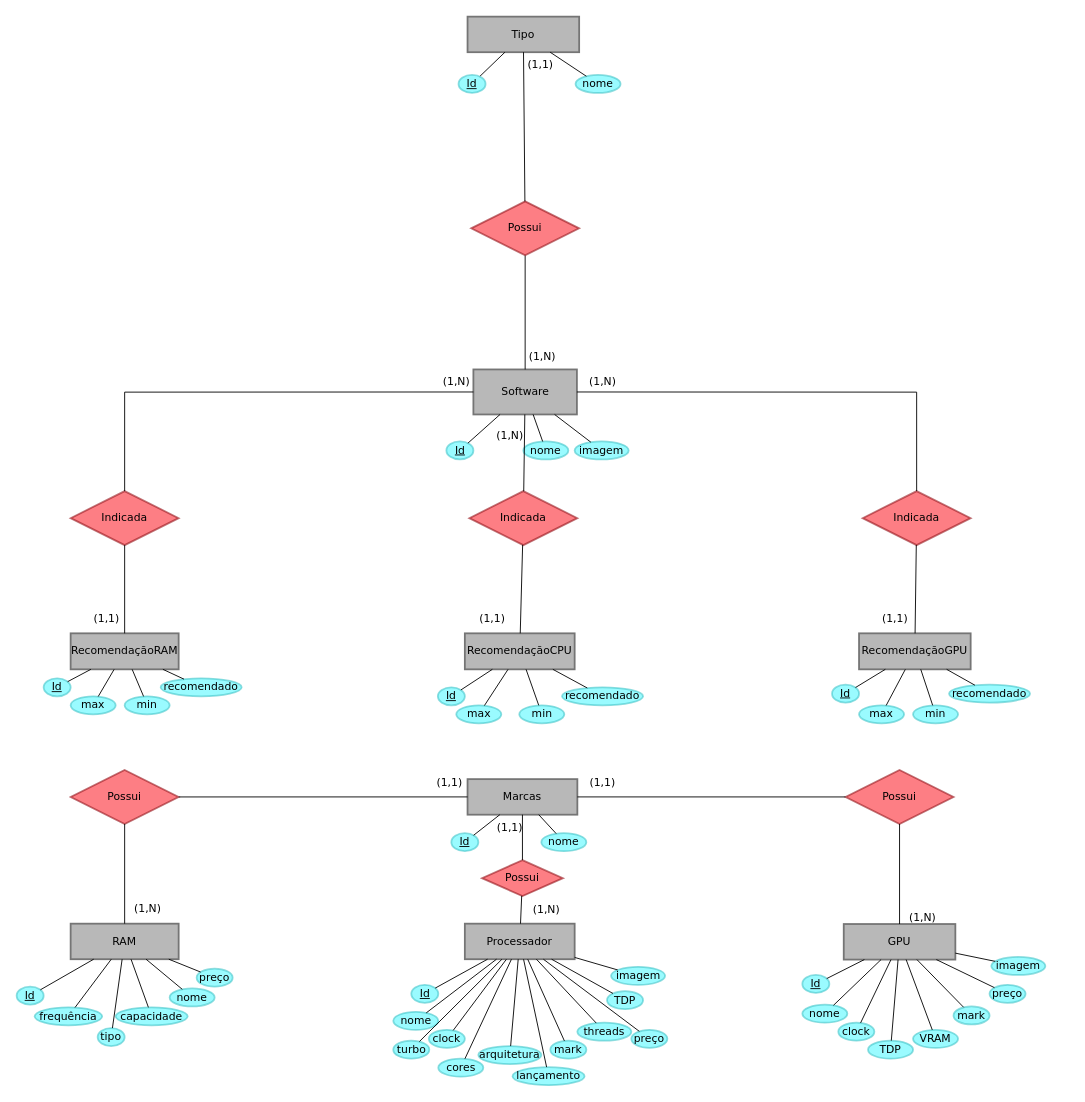
Before: page "DER" (1 of 2) of Abstração do Projeto "GHYM".drawio in Tavares194/Project-GHYM-PJI231-2022, a draw.io diagram. Source tidied: cells renumbered, new cells numbered last; positions are measured from the earlier drawing's top-left corner, leaving out a move shared by most shapes. Both pictures are drawn from the tidied source at 90%, with x=0, y=0 at pixel (16, 16).
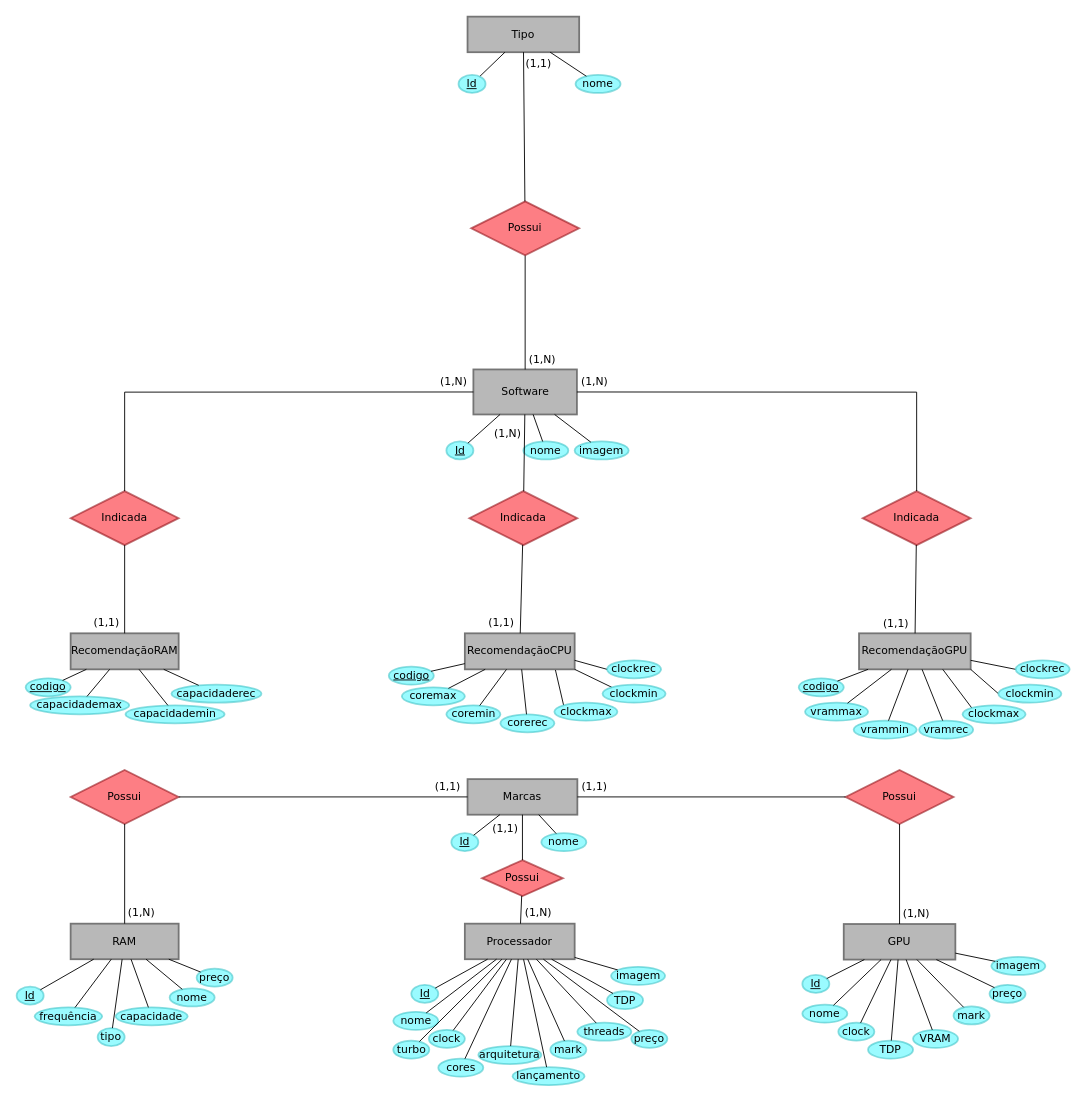
The same diagram, later.

The change refers to these unchanged cells:
```xml
<mxCell id="24" value="RecomendaçãoCPU" style="whiteSpace=wrap;html=1;align=center;shadow=0;fontFamily=Verdana;fillColor=#B8B8B8;strokeColor=#757575;strokeWidth=2;" parent="1" vertex="1">
  <mxGeometry x="498" y="685.2" width="122" height="40" as="geometry" />
</mxCell>
<mxCell id="25" value="RecomendaçãoGPU" style="whiteSpace=wrap;html=1;align=center;shadow=0;fontFamily=Verdana;fillColor=#B8B8B8;strokeColor=#757575;strokeWidth=2;" parent="1" vertex="1">
  <mxGeometry x="936" y="685.2" width="124" height="40" as="geometry" />
</mxCell>
```

Diff of the diagram source:
```diff
@@
     <mxCell id="62" value="(1,N)" style="text;strokeColor=none;fillColor=none;spacingLeft=4;spacingRight=4;overflow=hidden;fontSize=12;shadow=0;fontFamily=Verdana;" parent="1" vertex="1">
-      <mxGeometry x="630.5" y="392" width="40" height="30" as="geometry" />
+      <mxGeometry x="621.5" y="392" width="49.5" height="30" as="geometry" />
     </mxCell>
     <mxCell id="63" value="(1,1)" style="text;strokeColor=none;fillColor=none;spacingLeft=4;spacingRight=4;overflow=hidden;fontSize=12;shadow=0;fontFamily=Verdana;" parent="1" vertex="1">
-      <mxGeometry x="508.5" y="655.2" width="40" height="30" as="geometry" />
+      <mxGeometry x="518.5" y="659.2" width="40" height="30" as="geometry" />
     </mxCell>
     <mxCell id="64" value="(1,1)" style="text;strokeColor=none;fillColor=none;spacingLeft=4;spacingRight=4;overflow=hidden;fontSize=12;shadow=0;fontFamily=Verdana;" parent="1" vertex="1">
-      <mxGeometry x="80" y="655.2" width="40" height="30" as="geometry" />
+      <mxGeometry x="80" y="659.2" width="40" height="30" as="geometry" />
     </mxCell>
     <mxCell id="65" value="(1,N)" style="text;strokeColor=none;fillColor=none;spacingLeft=4;spacingRight=4;overflow=hidden;fontSize=12;shadow=0;fontFamily=Verdana;" parent="1" vertex="1">
-      <mxGeometry x="527.5" y="452" width="40" height="30" as="geometry" />
+      <mxGeometry x="525" y="449" width="52.5" height="30" as="geometry" />
     </mxCell>
     <mxCell id="66" value="(1,N)" style="text;strokeColor=none;fillColor=none;spacingLeft=4;spacingRight=4;overflow=hidden;fontSize=12;shadow=0;fontFamily=Verdana;" parent="1" vertex="1">
-      <mxGeometry x="468" y="392" width="40" height="30" as="geometry" />
+      <mxGeometry x="465" y="392" width="42" height="30" as="geometry" />
     </mxCell>
     <mxCell id="67" value="(1,1)" style="text;strokeColor=none;fillColor=none;spacingLeft=4;spacingRight=4;overflow=hidden;fontSize=12;shadow=0;fontFamily=Verdana;" parent="1" vertex="1">
-      <mxGeometry x="956" y="655.2" width="40" height="30" as="geometry" />
+      <mxGeometry x="957" y="660.2" width="40" height="30" as="geometry" />
     </mxCell>
-    <mxCell id="68" value="Id" style="ellipse;whiteSpace=wrap;html=1;align=center;fontStyle=4;shadow=0;fontFamily=Verdana;fillColor=#57F9FF;strokeColor=#45C5C9;strokeWidth=2;opacity=60;" parent="1" vertex="1">
-      <mxGeometry x="30" y="735.2" width="30" height="20" as="geometry" />
+    <mxCell id="68" value="codigo" style="ellipse;whiteSpace=wrap;html=1;align=center;fontStyle=4;shadow=0;fontFamily=Verdana;fillColor=#57F9FF;strokeColor=#45C5C9;strokeWidth=2;opacity=60;" parent="1" vertex="1">
+      <mxGeometry x="10" y="735.2" width="50" height="20" as="geometry" />
     </mxCell>
-    <mxCell id="69" value="min" style="ellipse;whiteSpace=wrap;html=1;align=center;shadow=0;fontFamily=Verdana;fillColor=#57F9FF;strokeColor=#45C5C9;strokeWidth=2;opacity=60;" parent="1" vertex="1">
-      <mxGeometry x="120" y="755.2" width="50" height="20" as="geometry" />
+    <mxCell id="69" value="capacidademin" style="ellipse;whiteSpace=wrap;html=1;align=center;shadow=0;fontFamily=Verdana;fillColor=#57F9FF;strokeColor=#45C5C9;strokeWidth=2;opacity=60;" parent="1" vertex="1">
+      <mxGeometry x="121" y="765.2" width="110" height="20" as="geometry" />
     </mxCell>
-    <mxCell id="70" value="max" style="ellipse;whiteSpace=wrap;html=1;align=center;shadow=0;fontFamily=Verdana;fillColor=#57F9FF;strokeColor=#45C5C9;strokeWidth=2;opacity=60;" parent="1" vertex="1">
-      <mxGeometry x="60" y="755.2" width="50" height="20" as="geometry" />
+    <mxCell id="70" value="capacidademax" style="ellipse;whiteSpace=wrap;html=1;align=center;shadow=0;fontFamily=Verdana;fillColor=#57F9FF;strokeColor=#45C5C9;strokeWidth=2;opacity=60;" parent="1" vertex="1">
+      <mxGeometry x="15" y="755.2" width="110" height="20" as="geometry" />
     </mxCell>
-    <mxCell id="71" value="recomendado" style="ellipse;whiteSpace=wrap;html=1;align=center;shadow=0;fontFamily=Verdana;fillColor=#57F9FF;strokeColor=#45C5C9;strokeWidth=2;opacity=60;" parent="1" vertex="1">
-      <mxGeometry x="160" y="735.2" width="90" height="20" as="geometry" />
+    <mxCell id="71" value="capacidaderec" style="ellipse;whiteSpace=wrap;html=1;align=center;shadow=0;fontFamily=Verdana;fillColor=#57F9FF;strokeColor=#45C5C9;strokeWidth=2;opacity=60;" parent="1" vertex="1">
+      <mxGeometry x="172" y="742.2" width="100" height="20" as="geometry" />
     </mxCell>
-    <mxCell id="72" value="Id" style="ellipse;whiteSpace=wrap;html=1;align=center;fontStyle=4;shadow=0;fontFamily=Verdana;fillColor=#57F9FF;strokeColor=#45C5C9;strokeWidth=2;opacity=60;" parent="1" vertex="1">
-      <mxGeometry x="468" y="745.2" width="30" height="20" as="geometry" />
+    <mxCell id="72" value="codigo" style="ellipse;whiteSpace=wrap;html=1;align=center;fontStyle=4;shadow=0;fontFamily=Verdana;fillColor=#57F9FF;strokeColor=#45C5C9;strokeWidth=2;opacity=60;" parent="1" vertex="1">
+      <mxGeometry x="413.5" y="722.2" width="50" height="20" as="geometry" />
     </mxCell>
-    <mxCell id="73" value="min" style="ellipse;whiteSpace=wrap;html=1;align=center;shadow=0;fontFamily=Verdana;fillColor=#57F9FF;strokeColor=#45C5C9;strokeWidth=2;opacity=60;" parent="1" vertex="1">
-      <mxGeometry x="558.5" y="765.2" width="50" height="20" as="geometry" />
+    <mxCell id="73" value="coremin" style="ellipse;whiteSpace=wrap;html=1;align=center;shadow=0;fontFamily=Verdana;fillColor=#57F9FF;strokeColor=#45C5C9;strokeWidth=2;opacity=60;" parent="1" vertex="1">
+      <mxGeometry x="477.5" y="765.2" width="60" height="20" as="geometry" />
     </mxCell>
-    <mxCell id="74" value="max" style="ellipse;whiteSpace=wrap;html=1;align=center;shadow=0;fontFamily=Verdana;fillColor=#57F9FF;strokeColor=#45C5C9;strokeWidth=2;opacity=60;" parent="1" vertex="1">
-      <mxGeometry x="488.5" y="765.2" width="50" height="20" as="geometry" />
+    <mxCell id="74" value="coremax" style="ellipse;whiteSpace=wrap;html=1;align=center;shadow=0;fontFamily=Verdana;fillColor=#57F9FF;strokeColor=#45C5C9;strokeWidth=2;opacity=60;" parent="1" vertex="1">
+      <mxGeometry x="428" y="745.2" width="70" height="20" as="geometry" />
     </mxCell>
-    <mxCell id="75" value="recomendado" style="ellipse;whiteSpace=wrap;html=1;align=center;shadow=0;fontFamily=Verdana;fillColor=#57F9FF;strokeColor=#45C5C9;strokeWidth=2;opacity=60;" parent="1" vertex="1">
-      <mxGeometry x="606" y="745.2" width="90" height="20" as="geometry" />
+    <mxCell id="75" value="corerec" style="ellipse;whiteSpace=wrap;html=1;align=center;shadow=0;fontFamily=Verdana;fillColor=#57F9FF;strokeColor=#45C5C9;strokeWidth=2;opacity=60;" parent="1" vertex="1">
+      <mxGeometry x="537.5" y="775.2" width="60" height="20" as="geometry" />
     </mxCell>
-    <mxCell id="76" value="Id" style="ellipse;whiteSpace=wrap;html=1;align=center;fontStyle=4;shadow=0;fontFamily=Verdana;fillColor=#57F9FF;strokeColor=#45C5C9;strokeWidth=2;opacity=60;" parent="1" vertex="1">
-      <mxGeometry x="906" y="742.2" width="30" height="20" as="geometry" />
+    <mxCell id="76" value="codigo" style="ellipse;whiteSpace=wrap;html=1;align=center;fontStyle=4;shadow=0;fontFamily=Verdana;fillColor=#57F9FF;strokeColor=#45C5C9;strokeWidth=2;opacity=60;" parent="1" vertex="1">
+      <mxGeometry x="869" y="735.2" width="50" height="20" as="geometry" />
     </mxCell>
-    <mxCell id="77" value="min" style="ellipse;whiteSpace=wrap;html=1;align=center;shadow=0;fontFamily=Verdana;fillColor=#57F9FF;strokeColor=#45C5C9;strokeWidth=2;opacity=60;" parent="1" vertex="1">
-      <mxGeometry x="996" y="765.2" width="50" height="20" as="geometry" />
+    <mxCell id="77" value="vrammin" style="ellipse;whiteSpace=wrap;html=1;align=center;shadow=0;fontFamily=Verdana;fillColor=#57F9FF;strokeColor=#45C5C9;strokeWidth=2;opacity=60;" parent="1" vertex="1">
+      <mxGeometry x="930" y="782.2" width="70" height="20" as="geometry" />
     </mxCell>
-    <mxCell id="78" value="max" style="ellipse;whiteSpace=wrap;html=1;align=center;shadow=0;fontFamily=Verdana;fillColor=#57F9FF;strokeColor=#45C5C9;strokeWidth=2;opacity=60;" parent="1" vertex="1">
-      <mxGeometry x="936" y="765.2" width="50" height="20" as="geometry" />
+    <mxCell id="78" value="vrammax" style="ellipse;whiteSpace=wrap;html=1;align=center;shadow=0;fontFamily=Verdana;fillColor=#57F9FF;strokeColor=#45C5C9;strokeWidth=2;opacity=60;" parent="1" vertex="1">
+      <mxGeometry x="876" y="762.2" width="70" height="20" as="geometry" />
     </mxCell>
-    <mxCell id="79" value="recomendado" style="ellipse;whiteSpace=wrap;html=1;align=center;shadow=0;fontFamily=Verdana;fillColor=#57F9FF;strokeColor=#45C5C9;strokeWidth=2;opacity=60;" parent="1" vertex="1">
-      <mxGeometry x="1036" y="742.2" width="90" height="20" as="geometry" />
+    <mxCell id="79" value="vramrec" style="ellipse;whiteSpace=wrap;html=1;align=center;shadow=0;fontFamily=Verdana;fillColor=#57F9FF;strokeColor=#45C5C9;strokeWidth=2;opacity=60;" parent="1" vertex="1">
+      <mxGeometry x="1002.8" y="782.2" width="60" height="20" as="geometry" />
     </mxCell>
@@
     <mxCell id="114" value="(1,1)" style="text;strokeColor=none;fillColor=none;spacingLeft=4;spacingRight=4;overflow=hidden;fontSize=12;shadow=0;fontFamily=Verdana;" parent="1" vertex="1">
-      <mxGeometry x="461" y="837" width="40" height="30" as="geometry" />
+      <mxGeometry x="459" y="842" width="40" height="30" as="geometry" />
     </mxCell>
     <mxCell id="115" value="(1,1)" style="text;strokeColor=none;fillColor=none;spacingLeft=4;spacingRight=4;overflow=hidden;fontSize=12;shadow=0;fontFamily=Verdana;" parent="1" vertex="1">
-      <mxGeometry x="528" y="886.8" width="40" height="30" as="geometry" />
+      <mxGeometry x="523" y="888.8" width="40" height="30" as="geometry" />
     </mxCell>
     <mxCell id="116" value="(1,1)" style="text;strokeColor=none;fillColor=none;spacingLeft=4;spacingRight=4;overflow=hidden;fontSize=12;shadow=0;fontFamily=Verdana;" parent="1" vertex="1">
-      <mxGeometry x="631" y="837" width="40" height="30" as="geometry" />
+      <mxGeometry x="622" y="842" width="49" height="30" as="geometry" />
     </mxCell>
     <mxCell id="117" value="(1,N)" style="text;strokeColor=none;fillColor=none;spacingLeft=4;spacingRight=4;overflow=hidden;fontSize=12;shadow=0;fontFamily=Verdana;" parent="1" vertex="1">
-      <mxGeometry x="986" y="987.2" width="40" height="30" as="geometry" />
+      <mxGeometry x="979" y="983.2" width="50" height="30" as="geometry" />
     </mxCell>
     <mxCell id="118" value="(1,N)" style="text;strokeColor=none;fillColor=none;spacingLeft=4;spacingRight=4;overflow=hidden;fontSize=12;shadow=0;fontFamily=Verdana;" parent="1" vertex="1">
-      <mxGeometry x="568" y="978.2" width="40" height="30" as="geometry" />
+      <mxGeometry x="559" y="982.2" width="42" height="30" as="geometry" />
     </mxCell>
     <mxCell id="119" value="(1,N)" style="text;strokeColor=none;fillColor=none;spacingLeft=4;spacingRight=4;overflow=hidden;fontSize=12;shadow=0;fontFamily=Verdana;" parent="1" vertex="1">
-      <mxGeometry x="125" y="977.2" width="40" height="30" as="geometry" />
+      <mxGeometry x="118" y="982.2" width="45" height="30" as="geometry" />
     </mxCell>
@@
     <mxCell id="128" value="(1,1)" style="text;strokeColor=none;fillColor=none;spacingLeft=4;spacingRight=4;overflow=hidden;fontSize=12;shadow=0;fontFamily=Verdana;" parent="1" vertex="1">
-      <mxGeometry x="562" y="39.2" width="40" height="30" as="geometry" />
+      <mxGeometry x="560" y="38.2" width="40" height="30" as="geometry" />
     </mxCell>
     <mxCell id="129" value="(1,N)" style="text;strokeColor=none;fillColor=none;spacingLeft=4;spacingRight=4;overflow=hidden;fontSize=12;shadow=0;fontFamily=Verdana;" parent="1" vertex="1">
-      <mxGeometry x="563.5" y="364" width="40" height="30" as="geometry" />
+      <mxGeometry x="563.5" y="367" width="46.5" height="30" as="geometry" />
     </mxCell>
@@
+    <mxCell id="136" style="edgeStyle=none;rounded=0;jettySize=auto;html=1;exitX=0;exitY=0;exitDx=0;exitDy=0;entryX=0.825;entryY=1.019;entryDx=0;entryDy=0;entryPerimeter=0;endArrow=none;endFill=0;" parent="1" edge="1" source="137" target="24">
+      <mxGeometry relative="1" as="geometry" />
+    </mxCell>
+    <mxCell id="137" value="clockmax" style="ellipse;whiteSpace=wrap;html=1;align=center;shadow=0;fontFamily=Verdana;fillColor=#57F9FF;strokeColor=#45C5C9;strokeWidth=2;opacity=60;" parent="1" vertex="1">
+      <mxGeometry x="597.5" y="762.2" width="70" height="20" as="geometry" />
+    </mxCell>
+    <mxCell id="138" style="edgeStyle=none;rounded=0;jettySize=auto;html=1;exitX=0;exitY=0.5;exitDx=0;exitDy=0;entryX=1;entryY=0.75;entryDx=0;entryDy=0;endArrow=none;endFill=0;" parent="1" edge="1" source="139" target="24">
+      <mxGeometry relative="1" as="geometry" />
+    </mxCell>
+    <mxCell id="139" value="clockrec" style="ellipse;whiteSpace=wrap;html=1;align=center;shadow=0;fontFamily=Verdana;fillColor=#57F9FF;strokeColor=#45C5C9;strokeWidth=2;opacity=60;" parent="1" vertex="1">
+      <mxGeometry x="656" y="715.2" width="60" height="20" as="geometry" />
+    </mxCell>
+    <mxCell id="140" style="edgeStyle=none;rounded=0;jettySize=auto;html=1;exitX=0;exitY=0;exitDx=0;exitDy=0;endArrow=none;endFill=0;entryX=0.75;entryY=1;entryDx=0;entryDy=0;" parent="1" edge="1" source="141" target="25">
+      <mxGeometry relative="1" as="geometry" />
+    </mxCell>
+    <mxCell id="141" value="clockmax" style="ellipse;whiteSpace=wrap;html=1;align=center;shadow=0;fontFamily=Verdana;fillColor=#57F9FF;strokeColor=#45C5C9;strokeWidth=2;opacity=60;" parent="1" vertex="1">
+      <mxGeometry x="1051" y="765.2" width="70" height="20" as="geometry" />
+    </mxCell>
+    <mxCell id="142" style="edgeStyle=none;rounded=0;jettySize=auto;html=1;exitX=0;exitY=0.5;exitDx=0;exitDy=0;entryX=1;entryY=0.75;entryDx=0;entryDy=0;endArrow=none;endFill=0;" parent="1" edge="1" source="143" target="25">
+      <mxGeometry relative="1" as="geometry" />
+    </mxCell>
+    <mxCell id="143" value="clockrec" style="ellipse;whiteSpace=wrap;html=1;align=center;shadow=0;fontFamily=Verdana;fillColor=#57F9FF;strokeColor=#45C5C9;strokeWidth=2;opacity=60;" parent="1" vertex="1">
+      <mxGeometry x="1110" y="715.2" width="60" height="20" as="geometry" />
+    </mxCell>
+    <mxCell id="144" style="edgeStyle=none;rounded=0;jettySize=auto;html=1;exitX=0;exitY=0.5;exitDx=0;exitDy=0;entryX=1;entryY=1;entryDx=0;entryDy=0;endArrow=none;endFill=0;" parent="1" edge="1" source="145" target="25">
+      <mxGeometry relative="1" as="geometry" />
+    </mxCell>
+    <mxCell id="145" value="clockmin" style="ellipse;whiteSpace=wrap;html=1;align=center;shadow=0;fontFamily=Verdana;fillColor=#57F9FF;strokeColor=#45C5C9;strokeWidth=2;opacity=60;" parent="1" vertex="1">
+      <mxGeometry x="1090.8" y="742.2" width="70" height="20" as="geometry" />
+    </mxCell>
+    <mxCell id="146" style="edgeStyle=none;rounded=0;jettySize=auto;html=1;exitX=0;exitY=0;exitDx=0;exitDy=0;entryX=1;entryY=1;entryDx=0;entryDy=0;endArrow=none;endFill=0;" parent="1" edge="1" source="147" target="24">
+      <mxGeometry relative="1" as="geometry" />
+    </mxCell>
+    <mxCell id="147" value="clockmin" style="ellipse;whiteSpace=wrap;html=1;align=center;shadow=0;fontFamily=Verdana;fillColor=#57F9FF;strokeColor=#45C5C9;strokeWidth=2;opacity=60;" parent="1" vertex="1">
+      <mxGeometry x="651" y="742.2" width="70" height="20" as="geometry" />
+    </mxCell>
```
